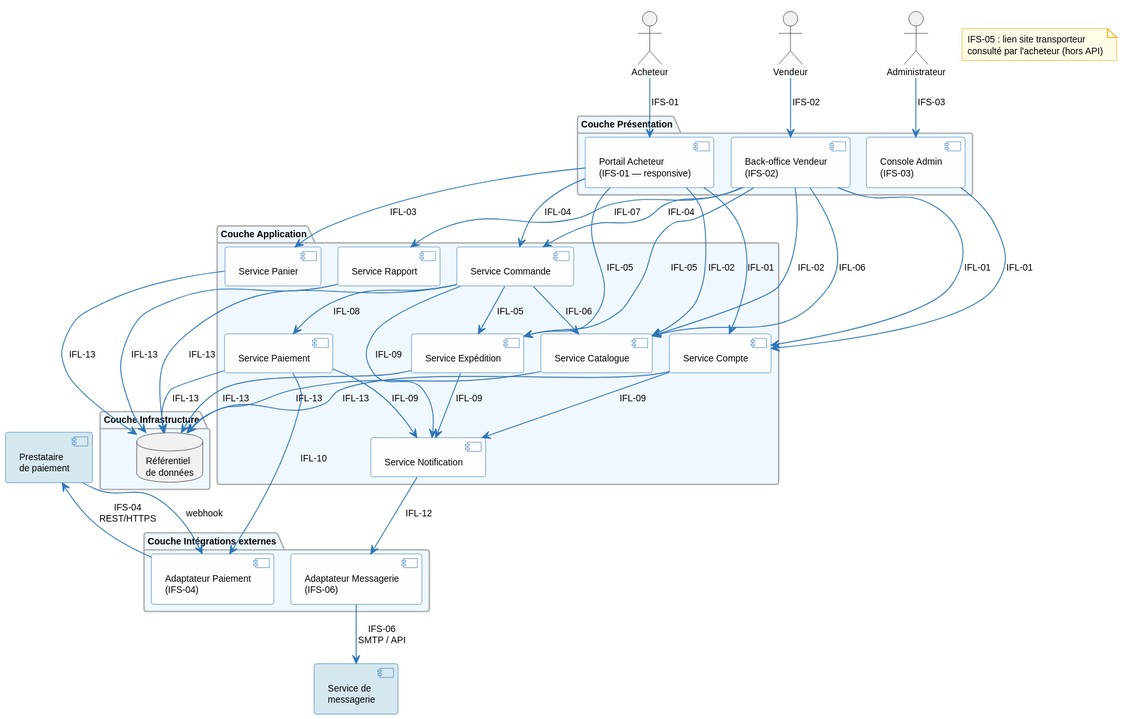
Before: architecture/03-logical-architecture/diagrams/la-components.svg, a diagram exported from PlantUML (louistalvande/online_shop).
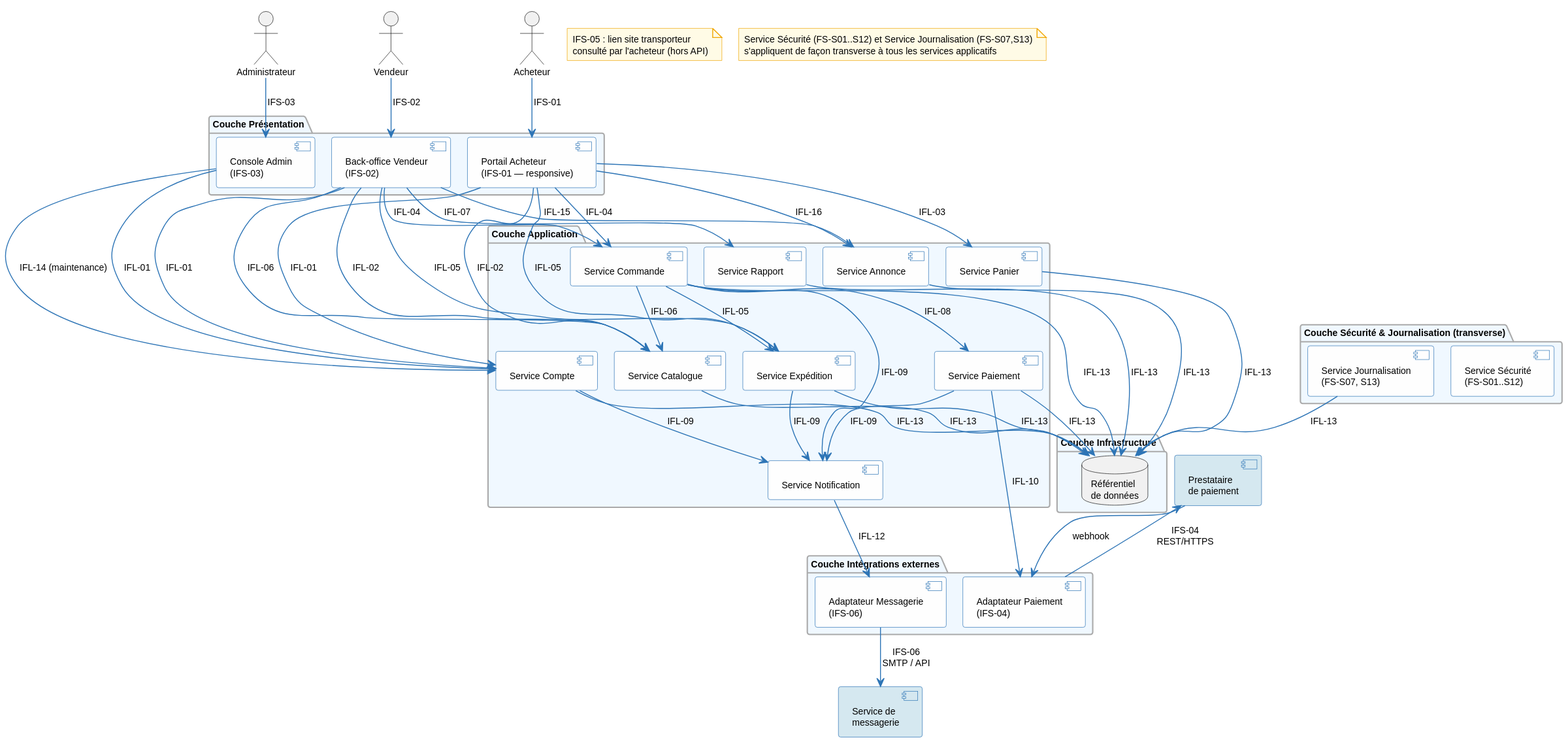
The same file after the commit.

Diff of the diagram source:
```diff
@@ -27,6 +27,12 @@
   [Service Expédition] as SvcShipping
   [Service Notification] as SvcNotif
   [Service Rapport] as SvcReport
+  [Service Annonce] as SvcAnnounce
+}
+
+package "Couche Sécurité & Journalisation (transverse)" {
+  [Service Sécurité\n(FS-S01..S12)] as SvcSec
+  [Service Journalisation\n(FS-S07, S13)] as SvcLog
 }
 
 package "Couche Intégrations externes" {
@@ -58,8 +64,12 @@
 UI_Vendor --> SvcOrder : IFL-04
 UI_Vendor --> SvcShipping : IFL-05
 UI_Vendor --> SvcReport : IFL-07
+UI_Vendor --> SvcAnnounce : IFL-15
+
+UI_Buyer --> SvcAnnounce : IFL-16
 
 UI_Admin --> SvcAccount : IFL-01
+UI_Admin --> SvcAccount : IFL-14 (maintenance)
 
 SvcOrder --> SvcPayment : IFL-08
 SvcOrder --> SvcCatalog : IFL-06
@@ -83,4 +93,8 @@
 SvcPayment --> DB : IFL-13
 SvcShipping --> DB : IFL-13
 SvcReport --> DB : IFL-13
+SvcAnnounce --> DB : IFL-13
+SvcLog --> DB : IFL-13
+
+note "Service Sécurité (FS-S01..S12) et Service Journalisation (FS-S07,S13)\ns'appliquent de façon transverse à tous les services applicatifs" as NoteSecLog
 @enduml
```
